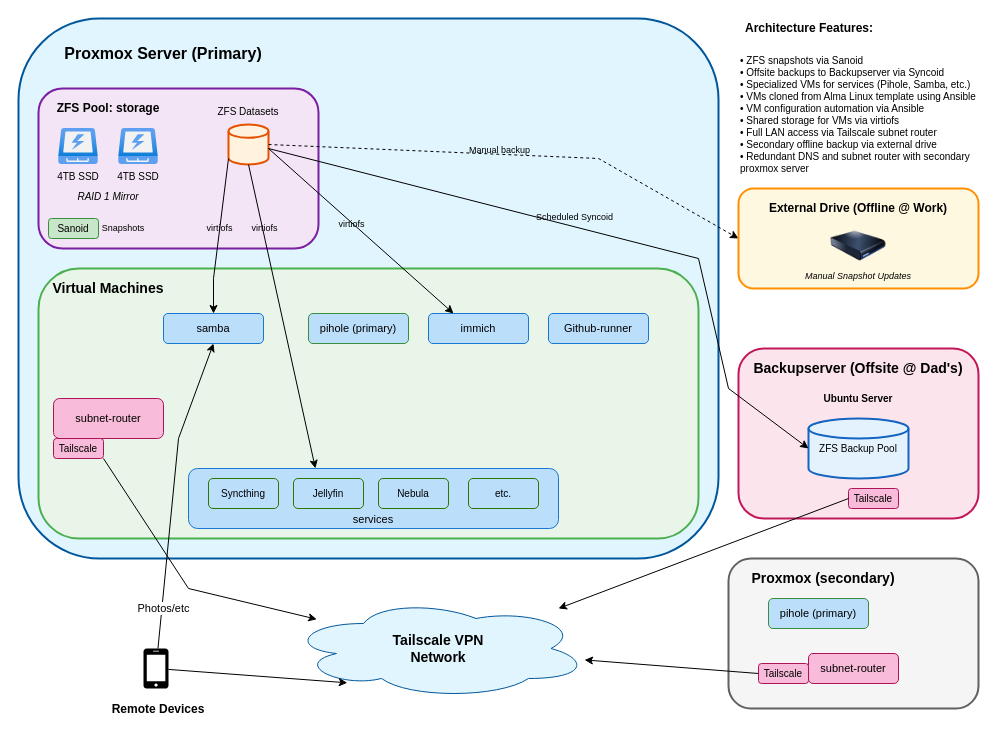
This is server-architecture.drawio from HakonSkogsrud/serversetup, a draw.io file, before an edit. Source tidied: cells renumbered, new cells numbered last; positions are measured from the earlier drawing's top-left corner, leaving out a move shared by most shapes. Both pictures are drawn from the tidied source at 100%, with x=0, y=0 at pixel (18, 18).
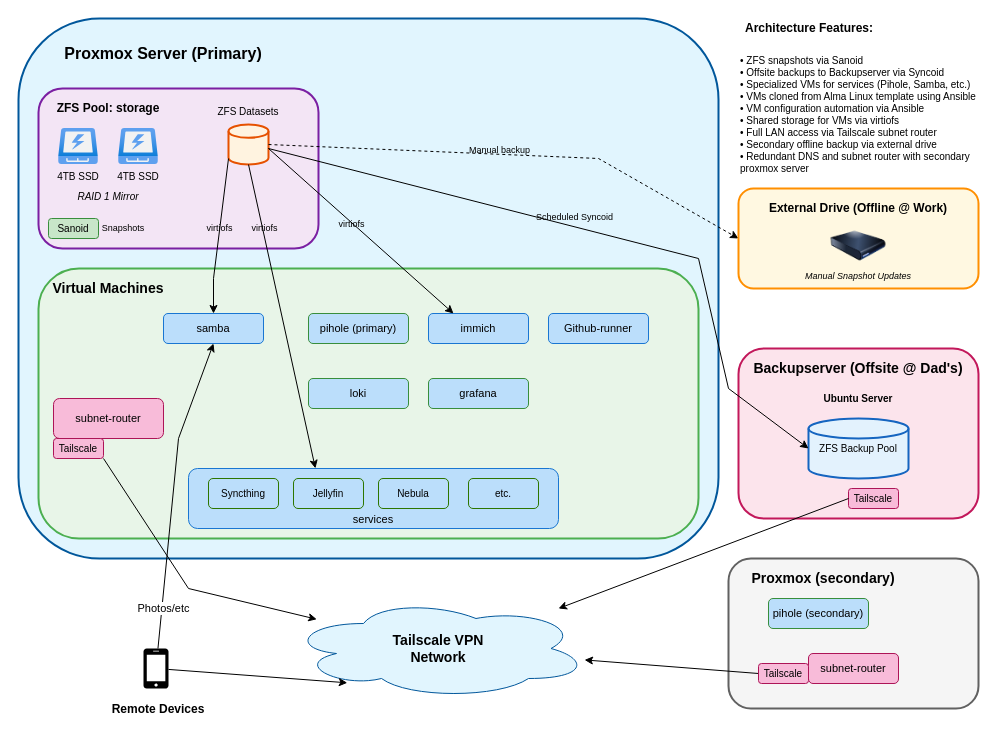
After the change.

Diff of the diagram source:
```diff
@@
-    <mxCell id="47" value="pihole (primary)" style="rounded=1;whiteSpace=wrap;html=1;fillColor=#BBDEFB;strokeColor=#388e3c;fontSize=11;fontColor=#000000;" parent="1" vertex="1">
+    <mxCell id="47" value="pihole (secondary)" style="rounded=1;whiteSpace=wrap;html=1;fillColor=#BBDEFB;strokeColor=#388e3c;fontSize=11;fontColor=#000000;" parent="1" vertex="1">
       <mxGeometry x="750" y="580" width="100" height="30" as="geometry" />
     </mxCell>
@@
+    <mxCell id="69" value="loki" style="rounded=1;whiteSpace=wrap;html=1;fillColor=#BBDEFB;strokeColor=#388e3c;fontSize=11;fontColor=#000000;" parent="1" vertex="1">
+      <mxGeometry x="290" y="360" width="100" height="30" as="geometry" />
+    </mxCell>
+    <mxCell id="70" value="grafana" style="rounded=1;whiteSpace=wrap;html=1;fillColor=#BBDEFB;strokeColor=#388e3c;fontSize=11;fontColor=#000000;" parent="1" vertex="1">
+      <mxGeometry x="410" y="360" width="100" height="30" as="geometry" />
+    </mxCell>
```
